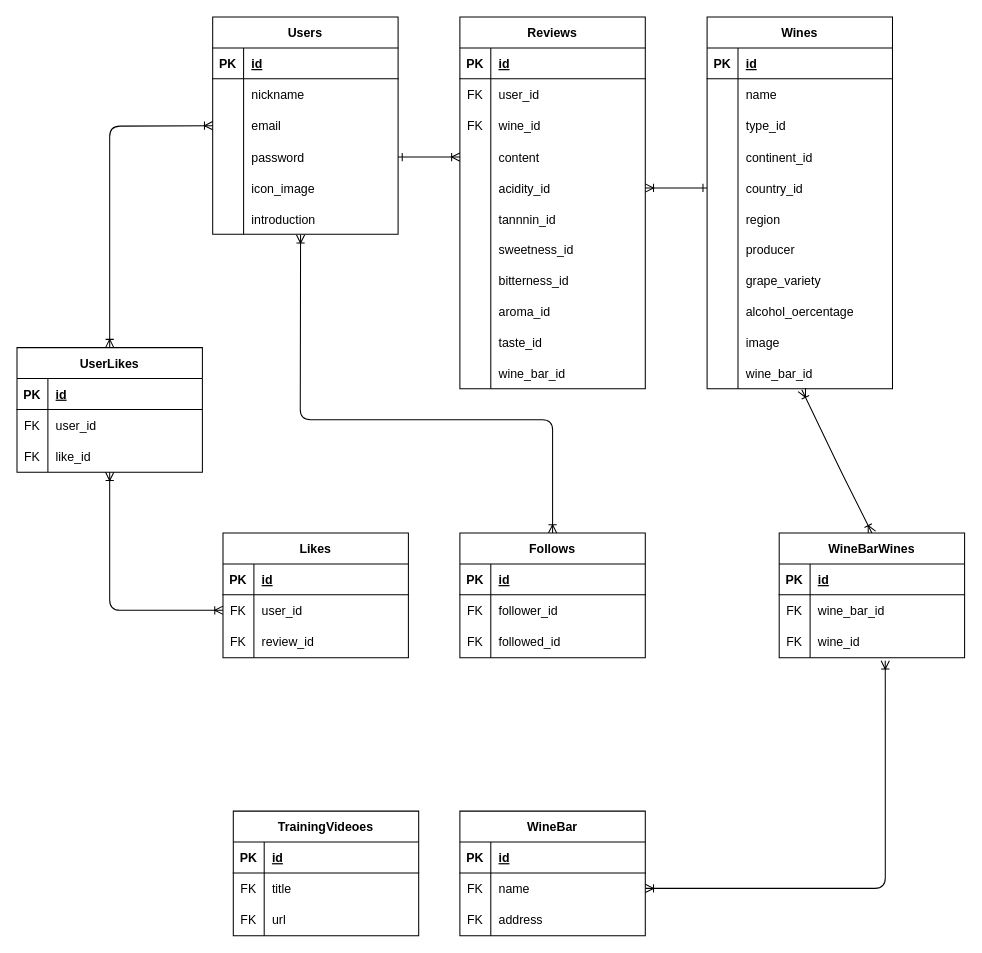
This is ER.dio from OKI-2024/iam_som, a draw.io file, before an edit. Source tidied: cells renumbered, new cells numbered last; positions are measured from the earlier drawing's top-left corner, leaving out a move shared by most shapes. Both pictures are drawn from the tidied source at 103%, with x=0, y=0 at pixel (16, 16).
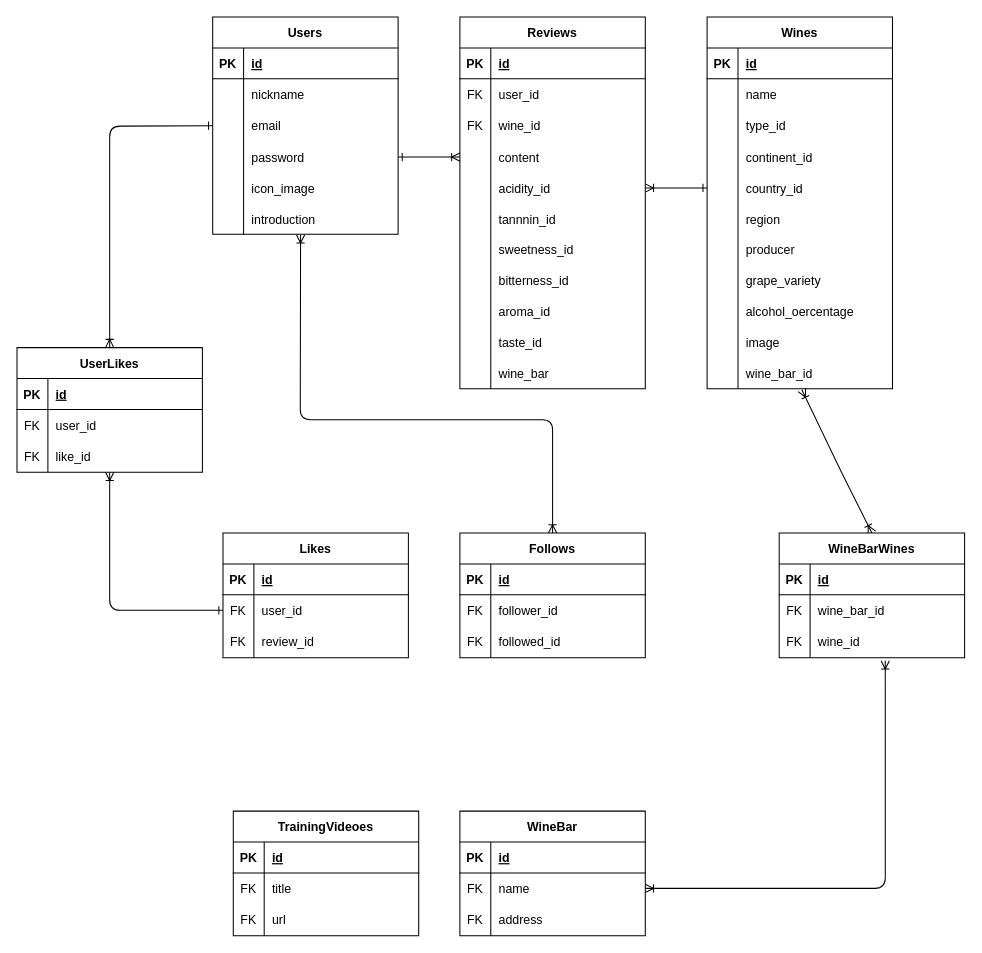
Above is the later version.

The change refers to these unchanged cells:
```xml
<mxCell id="9" style="shape=tableRow;horizontal=0;startSize=0;swimlaneHead=0;swimlaneBody=0;fillColor=none;points=[[0,0.5],[1,0.5]];portConstraint=eastwest;top=0;left=0;right=0;bottom=0;" parent="2" vertex="1">
  <mxGeometry y="90" width="180" height="31" as="geometry" />
</mxCell>
<mxCell id="52" style="shape=tableRow;horizontal=0;startSize=0;swimlaneHead=0;swimlaneBody=0;fillColor=none;top=0;left=0;right=0;bottom=0;" parent="21" vertex="1">
  <mxGeometry y="331" width="180" height="30" as="geometry" />
</mxCell>
<mxCell id="93" style="shape=tableRow;horizontal=0;startSize=0;swimlaneHead=0;swimlaneBody=0;fillColor=none;points=[[0,0.5],[1,0.5]];portConstraint=eastwest;top=0;left=0;right=0;bottom=0;" parent="89" vertex="1">
  <mxGeometry y="60" width="180" height="30" as="geometry" />
</mxCell>
<mxCell id="145" value="UserLikes" style="shape=table;startSize=30;childLayout=tableLayout;rowLines=0;fontStyle=1;align=center;" parent="1" vertex="1">
  <mxGeometry y="321" width="180" height="121" as="geometry" />
</mxCell>
```

Change to the diagram source:
```diff
@@
-    <mxCell id="54" value="wine_bar_id" style="shape=partialRectangle;fillColor=none;top=0;left=0;bottom=0;right=0;align=left;spacingLeft=6;overflow=hidden;" parent="52" vertex="1">
+    <mxCell id="54" value="wine_bar" style="shape=partialRectangle;fillColor=none;top=0;left=0;bottom=0;right=0;align=left;spacingLeft=6;overflow=hidden;" parent="52" vertex="1">
       <mxGeometry x="30" width="150" height="30" as="geometry" />
     </mxCell>
@@
-    <mxCell id="144" style="edgeStyle=none;html=1;exitX=0.5;exitY=0;exitDx=0;exitDy=0;entryX=0;entryY=0.5;entryDx=0;entryDy=0;startArrow=ERoneToMany;startFill=0;endArrow=ERoneToMany;endFill=0;" parent="1" edge="1" source="145" target="9">
+    <mxCell id="144" style="edgeStyle=none;html=1;exitX=0.5;exitY=0;exitDx=0;exitDy=0;entryX=0;entryY=0.5;entryDx=0;entryDy=0;startArrow=ERoneToMany;startFill=0;endArrow=ERone;endFill=0;" parent="1" edge="1" source="145" target="9">
       <mxGeometry relative="1" as="geometry">
         <Array as="points">
           <mxPoint x="90" y="106" />
         </Array>
       </mxGeometry>
     </mxCell>
@@
-    <mxCell id="155" style="edgeStyle=none;html=1;exitX=0;exitY=0.5;exitDx=0;exitDy=0;entryX=0.5;entryY=1;entryDx=0;entryDy=0;startArrow=ERoneToMany;startFill=0;endArrow=ERoneToMany;endFill=0;" parent="1" edge="1" source="93" target="145">
+    <mxCell id="155" style="edgeStyle=none;html=1;exitX=0;exitY=0.5;exitDx=0;exitDy=0;entryX=0.5;entryY=1;entryDx=0;entryDy=0;startArrow=ERone;startFill=0;endArrow=ERoneToMany;endFill=0;" parent="1" edge="1" source="93" target="145">
       <mxGeometry relative="1" as="geometry">
         <Array as="points">
           <mxPoint x="90" y="576" />
         </Array>
       </mxGeometry>
     </mxCell>
```
